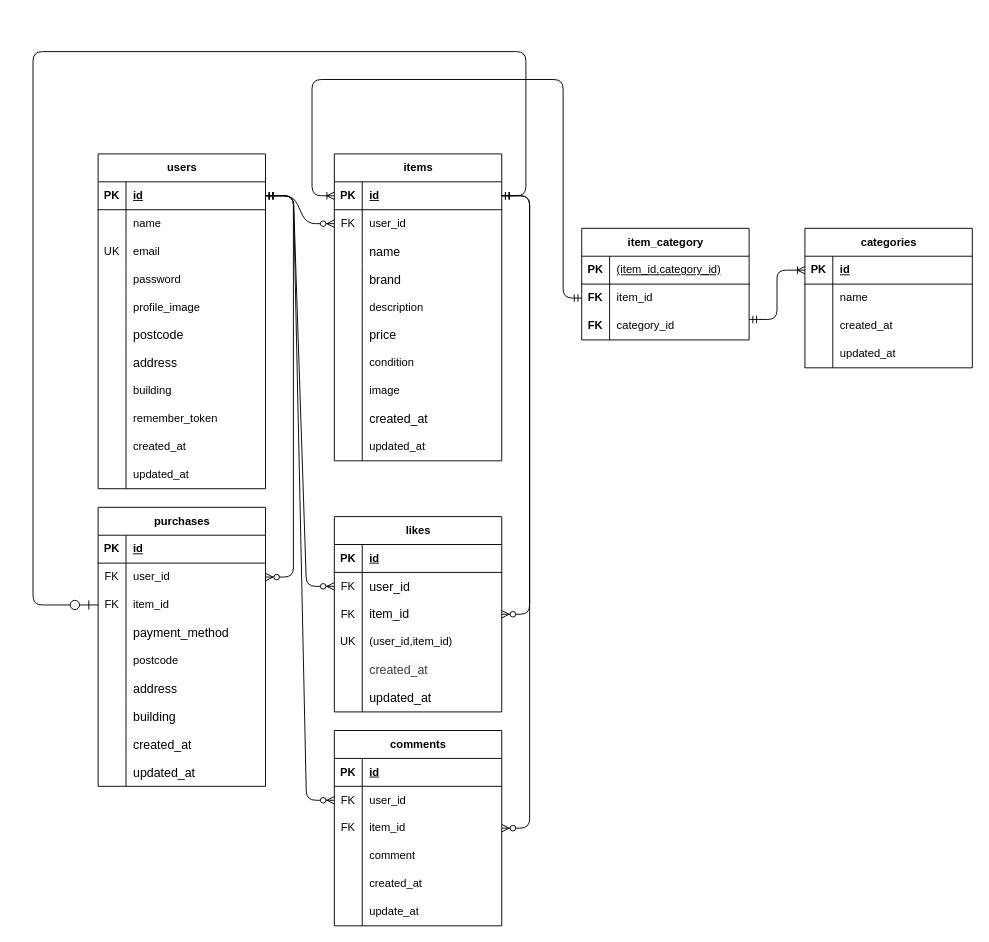
Before: er.drawio in hana-ka/coachtech-flee-market, a draw.io diagram. Source tidied: cells renumbered, new cells numbered last; positions are measured from the earlier drawing's top-left corner, leaving out a move shared by most shapes. Both pictures are drawn from the tidied source at 93%, with x=0, y=0 at pixel (33, 51).
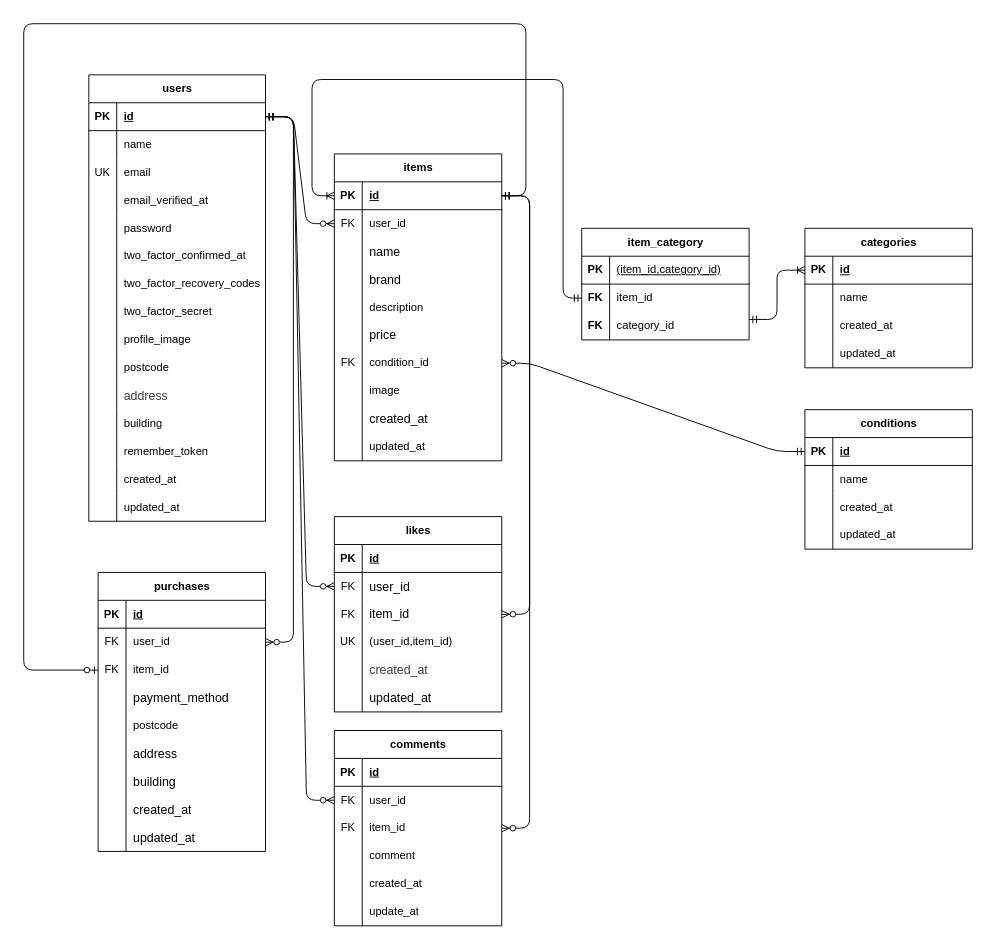
The same page after the edit.

Unchanged cells that the change refers to:
```xml
<mxCell id="37" style="shape=tableRow;horizontal=0;startSize=0;swimlaneHead=0;swimlaneBody=0;fillColor=none;points=[[0,0.5],[1,0.5]];portConstraint=eastwest;top=0;left=0;right=0;bottom=1;" parent="36" vertex="1">
  <mxGeometry y="30" width="180" height="30" as="geometry" />
</mxCell>
<mxCell id="55" style="shape=tableRow;horizontal=0;startSize=0;swimlaneHead=0;swimlaneBody=0;fillColor=none;points=[[0,0.5],[1,0.5]];portConstraint=eastwest;top=0;left=0;right=0;bottom=0;" parent="36" vertex="1">
  <mxGeometry y="210" width="180" height="30" as="geometry" />
</mxCell>
<mxCell id="74" style="shape=tableRow;horizontal=0;startSize=0;swimlaneHead=0;swimlaneBody=0;fillColor=none;points=[[0,0.5],[1,0.5]];portConstraint=eastwest;top=0;left=0;right=0;bottom=0;" parent="67" vertex="1">
  <mxGeometry y="90" width="180" height="30" as="geometry" />
</mxCell>
```

What changed in the source:
```diff
@@
     <mxCell id="2" value="users" style="shape=table;startSize=30;childLayout=tableLayout;rowLines=0;fontStyle=1;align=center;html=1;" parent="1" vertex="1">
-      <mxGeometry x="70" y="110" width="180" height="360" as="geometry" />
+      <mxGeometry x="60" y="25" width="190" height="480" as="geometry" />
     </mxCell>
     <mxCell id="3" style="shape=tableRow;horizontal=0;startSize=0;swimlaneHead=0;swimlaneBody=0;fillColor=none;points=[[0,0.5],[1,0.5]];portConstraint=eastwest;top=0;left=0;right=0;bottom=1;" parent="2" vertex="1">
-      <mxGeometry y="30" width="180" height="30" as="geometry" />
+      <mxGeometry y="30" width="190" height="30" as="geometry" />
     </mxCell>
@@
     <mxCell id="5" value="id" style="shape=partialRectangle;fillColor=none;top=0;left=0;bottom=0;right=0;align=left;spacingLeft=6;fontStyle=5;overflow=hidden;whiteSpace=wrap;html=1;" parent="3" vertex="1">
-      <mxGeometry x="30" width="150" height="30" as="geometry" />
+      <mxGeometry x="30" width="160" height="30" as="geometry" />
     </mxCell>
     <mxCell id="6" style="shape=tableRow;horizontal=0;startSize=0;swimlaneHead=0;swimlaneBody=0;fillColor=none;top=0;left=0;right=0;bottom=0;" parent="2" vertex="1">
-      <mxGeometry y="60" width="180" height="30" as="geometry" />
+      <mxGeometry y="60" width="190" height="30" as="geometry" />
     </mxCell>
@@
     <mxCell id="8" value="name" style="shape=partialRectangle;fillColor=none;top=0;left=0;bottom=0;right=0;align=left;spacingLeft=6;overflow=hidden;whiteSpace=wrap;html=1;" parent="6" vertex="1">
-      <mxGeometry x="30" width="150" height="30" as="geometry" />
+      <mxGeometry x="30" width="160" height="30" as="geometry" />
     </mxCell>
     <mxCell id="9" style="shape=tableRow;horizontal=0;startSize=0;swimlaneHead=0;swimlaneBody=0;fillColor=none;top=0;left=0;right=0;bottom=0;" parent="2" vertex="1">
-      <mxGeometry y="90" width="180" height="30" as="geometry" />
+      <mxGeometry y="90" width="190" height="30" as="geometry" />
     </mxCell>
@@
     <mxCell id="11" value="email" style="shape=partialRectangle;fillColor=none;top=0;left=0;bottom=0;right=0;align=left;spacingLeft=6;overflow=hidden;whiteSpace=wrap;html=1;" parent="9" vertex="1">
-      <mxGeometry x="30" width="150" height="30" as="geometry" />
+      <mxGeometry x="30" width="160" height="30" as="geometry" />
     </mxCell>
-    <mxCell id="12" style="shape=tableRow;horizontal=0;startSize=0;swimlaneHead=0;swimlaneBody=0;fillColor=none;top=0;left=0;right=0;bottom=0;" parent="2" vertex="1">
-      <mxGeometry y="120" width="180" height="30" as="geometry" />
-    </mxCell>
-    <mxCell id="13" style="shape=partialRectangle;fillColor=none;top=0;left=0;bottom=0;right=0;overflow=hidden;whiteSpace=wrap;html=1;" parent="12" vertex="1">
-      <mxGeometry width="30" height="30" as="geometry" />
-    </mxCell>
-    <mxCell id="14" value="password" style="shape=partialRectangle;fillColor=none;top=0;left=0;bottom=0;right=0;align=left;spacingLeft=6;overflow=hidden;whiteSpace=wrap;html=1;" parent="12" vertex="1">
-      <mxGeometry x="30" width="150" height="30" as="geometry" />
-    </mxCell>
     <mxCell id="15" style="shape=tableRow;horizontal=0;startSize=0;swimlaneHead=0;swimlaneBody=0;fillColor=none;top=0;left=0;right=0;bottom=0;" parent="2" vertex="1">
-      <mxGeometry y="150" width="180" height="30" as="geometry" />
+      <mxGeometry y="120" width="190" height="30" as="geometry" />
     </mxCell>
@@
-    <mxCell id="17" value="profile_image" style="shape=partialRectangle;fillColor=none;top=0;left=0;bottom=0;right=0;align=left;spacingLeft=6;overflow=hidden;whiteSpace=wrap;html=1;" parent="15" vertex="1">
-      <mxGeometry x="30" width="150" height="30" as="geometry" />
+    <mxCell id="17" value="email_verified_at" style="shape=partialRectangle;fillColor=none;top=0;left=0;bottom=0;right=0;align=left;spacingLeft=6;overflow=hidden;whiteSpace=wrap;html=1;" parent="15" vertex="1">
+      <mxGeometry x="30" width="160" height="30" as="geometry" />
     </mxCell>
     <mxCell id="18" style="shape=tableRow;horizontal=0;startSize=0;swimlaneHead=0;swimlaneBody=0;fillColor=none;top=0;left=0;right=0;bottom=0;" parent="2" vertex="1">
-      <mxGeometry y="180" width="180" height="30" as="geometry" />
+      <mxGeometry y="150" width="190" height="30" as="geometry" />
     </mxCell>
@@
-    <mxCell id="20" value="&lt;span style=&quot;font-size:10pt;font-family:Arial;font-style:normal;&quot;&gt;postcode&lt;/span&gt;" style="shape=partialRectangle;fillColor=none;top=0;left=0;bottom=0;right=0;align=left;spacingLeft=6;overflow=hidden;whiteSpace=wrap;html=1;" parent="18" vertex="1">
-      <mxGeometry x="30" width="150" height="30" as="geometry" />
+    <mxCell id="20" value="password" style="shape=partialRectangle;fillColor=none;top=0;left=0;bottom=0;right=0;align=left;spacingLeft=6;overflow=hidden;whiteSpace=wrap;html=1;" parent="18" vertex="1">
+      <mxGeometry x="30" width="160" height="30" as="geometry" />
     </mxCell>
-    <mxCell id="21" style="shape=tableRow;horizontal=0;startSize=0;swimlaneHead=0;swimlaneBody=0;fillColor=none;top=0;left=0;right=0;bottom=0;" parent="2" vertex="1">
-      <mxGeometry y="210" width="180" height="30" as="geometry" />
-    </mxCell>
-    <mxCell id="22" style="shape=partialRectangle;fillColor=none;top=0;left=0;bottom=0;right=0;overflow=hidden;whiteSpace=wrap;html=1;" parent="21" vertex="1">
-      <mxGeometry width="30" height="30" as="geometry" />
-    </mxCell>
-    <mxCell id="23" value="&lt;span style=&quot;font-size:10pt;font-family:Arial;font-style:normal;&quot;&gt;address&lt;/span&gt;" style="shape=partialRectangle;fillColor=none;top=0;left=0;bottom=0;right=0;align=left;spacingLeft=6;overflow=hidden;whiteSpace=wrap;html=1;" parent="21" vertex="1">
-      <mxGeometry x="30" width="150" height="30" as="geometry" />
-    </mxCell>
     <mxCell id="24" style="shape=tableRow;horizontal=0;startSize=0;swimlaneHead=0;swimlaneBody=0;fillColor=none;top=0;left=0;right=0;bottom=0;" parent="2" vertex="1">
-      <mxGeometry y="240" width="180" height="30" as="geometry" />
+      <mxGeometry y="180" width="190" height="30" as="geometry" />
     </mxCell>
@@
-    <mxCell id="26" value="building" style="shape=partialRectangle;fillColor=none;top=0;left=0;bottom=0;right=0;align=left;spacingLeft=6;overflow=hidden;whiteSpace=wrap;html=1;" parent="24" vertex="1">
-      <mxGeometry x="30" width="150" height="30" as="geometry" />
+    <mxCell id="26" value="&lt;span style=&quot;color: rgb(0, 0, 0);&quot;&gt;two_factor_confirmed_at&lt;/span&gt;" style="shape=partialRectangle;fillColor=none;top=0;left=0;bottom=0;right=0;align=left;spacingLeft=6;overflow=hidden;whiteSpace=wrap;html=1;" parent="24" vertex="1">
+      <mxGeometry x="30" width="160" height="30" as="geometry" />
     </mxCell>
     <mxCell id="27" style="shape=tableRow;horizontal=0;startSize=0;swimlaneHead=0;swimlaneBody=0;fillColor=none;top=0;left=0;right=0;bottom=0;" parent="2" vertex="1">
-      <mxGeometry y="270" width="180" height="30" as="geometry" />
+      <mxGeometry y="210" width="190" height="30" as="geometry" />
     </mxCell>
@@
-    <mxCell id="29" value="remember_token" style="shape=partialRectangle;fillColor=none;top=0;left=0;bottom=0;right=0;align=left;spacingLeft=6;overflow=hidden;whiteSpace=wrap;html=1;" parent="27" vertex="1">
-      <mxGeometry x="30" width="150" height="30" as="geometry" />
+    <mxCell id="29" value="&lt;span style=&quot;color: rgb(0, 0, 0);&quot;&gt;two_factor_recovery_codes&lt;/span&gt;" style="shape=partialRectangle;fillColor=none;top=0;left=0;bottom=0;right=0;align=left;spacingLeft=6;overflow=hidden;whiteSpace=wrap;html=1;" parent="27" vertex="1">
+      <mxGeometry x="30" width="160" height="30" as="geometry" />
     </mxCell>
+    <mxCell id="167" style="shape=tableRow;horizontal=0;startSize=0;swimlaneHead=0;swimlaneBody=0;fillColor=none;top=0;left=0;right=0;bottom=0;" parent="2" vertex="1">
+      <mxGeometry y="240" width="190" height="30" as="geometry" />
+    </mxCell>
+    <mxCell id="168" style="shape=partialRectangle;fillColor=none;top=0;left=0;bottom=0;right=0;overflow=hidden;whiteSpace=wrap;html=1;" parent="167" vertex="1">
+      <mxGeometry width="30" height="30" as="geometry" />
+    </mxCell>
+    <mxCell id="169" value="&lt;span style=&quot;color: rgb(0, 0, 0);&quot;&gt;two_factor_secret&lt;/span&gt;" style="shape=partialRectangle;fillColor=none;top=0;left=0;bottom=0;right=0;align=left;spacingLeft=6;overflow=hidden;whiteSpace=wrap;html=1;" parent="167" vertex="1">
+      <mxGeometry x="30" width="160" height="30" as="geometry" />
+    </mxCell>
     <mxCell id="30" style="shape=tableRow;horizontal=0;startSize=0;swimlaneHead=0;swimlaneBody=0;fillColor=none;top=0;left=0;right=0;bottom=0;" parent="2" vertex="1">
-      <mxGeometry y="300" width="180" height="30" as="geometry" />
+      <mxGeometry y="270" width="190" height="30" as="geometry" />
     </mxCell>
@@
-    <mxCell id="32" value="created_at" style="shape=partialRectangle;fillColor=none;top=0;left=0;bottom=0;right=0;align=left;spacingLeft=6;overflow=hidden;whiteSpace=wrap;html=1;" parent="30" vertex="1">
-      <mxGeometry x="30" width="150" height="30" as="geometry" />
+    <mxCell id="32" value="&lt;span style=&quot;color: rgb(0, 0, 0);&quot;&gt;profile_image&lt;/span&gt;" style="shape=partialRectangle;fillColor=none;top=0;left=0;bottom=0;right=0;align=left;spacingLeft=6;overflow=hidden;whiteSpace=wrap;html=1;" parent="30" vertex="1">
+      <mxGeometry x="30" width="160" height="30" as="geometry" />
     </mxCell>
     <mxCell id="33" style="shape=tableRow;horizontal=0;startSize=0;swimlaneHead=0;swimlaneBody=0;fillColor=none;top=0;left=0;right=0;bottom=0;" parent="2" vertex="1">
-      <mxGeometry y="330" width="180" height="30" as="geometry" />
+      <mxGeometry y="300" width="190" height="30" as="geometry" />
     </mxCell>
@@
-    <mxCell id="35" value="updated_at" style="shape=partialRectangle;fillColor=none;top=0;left=0;bottom=0;right=0;align=left;spacingLeft=6;overflow=hidden;whiteSpace=wrap;html=1;" parent="33" vertex="1">
-      <mxGeometry x="30" width="150" height="30" as="geometry" />
+    <mxCell id="35" value="&lt;span style=&quot;color: rgb(0, 0, 0);&quot;&gt;postcode&lt;/span&gt;" style="shape=partialRectangle;fillColor=none;top=0;left=0;bottom=0;right=0;align=left;spacingLeft=6;overflow=hidden;whiteSpace=wrap;html=1;" parent="33" vertex="1">
+      <mxGeometry x="30" width="160" height="30" as="geometry" />
     </mxCell>
+    <mxCell id="170" style="shape=tableRow;horizontal=0;startSize=0;swimlaneHead=0;swimlaneBody=0;fillColor=none;top=0;left=0;right=0;bottom=0;" parent="2" vertex="1">
+      <mxGeometry y="330" width="190" height="30" as="geometry" />
+    </mxCell>
+    <mxCell id="171" style="shape=partialRectangle;fillColor=none;top=0;left=0;bottom=0;right=0;overflow=hidden;whiteSpace=wrap;html=1;" parent="170" vertex="1">
+      <mxGeometry width="30" height="30" as="geometry" />
+    </mxCell>
+    <mxCell id="23" value="&lt;span style=&quot;color: rgb(63, 63, 63); font-family: Arial; font-size: 13.3333px;&quot;&gt;address&lt;/span&gt;" style="shape=partialRectangle;fillColor=none;top=0;left=0;bottom=0;right=0;align=left;spacingLeft=6;overflow=hidden;whiteSpace=wrap;html=1;" parent="170" vertex="1">
+      <mxGeometry x="30" width="160" height="30" as="geometry" />
+    </mxCell>
+    <mxCell id="172" style="shape=tableRow;horizontal=0;startSize=0;swimlaneHead=0;swimlaneBody=0;fillColor=none;top=0;left=0;right=0;bottom=0;" parent="2" vertex="1">
+      <mxGeometry y="360" width="190" height="30" as="geometry" />
+    </mxCell>
+    <mxCell id="173" style="shape=partialRectangle;fillColor=none;top=0;left=0;bottom=0;right=0;overflow=hidden;whiteSpace=wrap;html=1;" parent="172" vertex="1">
+      <mxGeometry width="30" height="30" as="geometry" />
+    </mxCell>
+    <mxCell id="174" value="&lt;span style=&quot;color: rgb(0, 0, 0);&quot;&gt;building&lt;/span&gt;" style="shape=partialRectangle;fillColor=none;top=0;left=0;bottom=0;right=0;align=left;spacingLeft=6;overflow=hidden;whiteSpace=wrap;html=1;" parent="172" vertex="1">
+      <mxGeometry x="30" width="160" height="30" as="geometry" />
+    </mxCell>
+    <mxCell id="175" style="shape=tableRow;horizontal=0;startSize=0;swimlaneHead=0;swimlaneBody=0;fillColor=none;top=0;left=0;right=0;bottom=0;" parent="2" vertex="1">
+      <mxGeometry y="390" width="190" height="30" as="geometry" />
+    </mxCell>
+    <mxCell id="176" style="shape=partialRectangle;fillColor=none;top=0;left=0;bottom=0;right=0;overflow=hidden;whiteSpace=wrap;html=1;" parent="175" vertex="1">
+      <mxGeometry width="30" height="30" as="geometry" />
+    </mxCell>
+    <mxCell id="177" value="&lt;span style=&quot;color: rgb(0, 0, 0);&quot;&gt;remember_token&lt;/span&gt;" style="shape=partialRectangle;fillColor=none;top=0;left=0;bottom=0;right=0;align=left;spacingLeft=6;overflow=hidden;whiteSpace=wrap;html=1;" parent="175" vertex="1">
+      <mxGeometry x="30" width="160" height="30" as="geometry" />
+    </mxCell>
+    <mxCell id="178" style="shape=tableRow;horizontal=0;startSize=0;swimlaneHead=0;swimlaneBody=0;fillColor=none;top=0;left=0;right=0;bottom=0;" parent="2" vertex="1">
+      <mxGeometry y="420" width="190" height="30" as="geometry" />
+    </mxCell>
+    <mxCell id="179" style="shape=partialRectangle;fillColor=none;top=0;left=0;bottom=0;right=0;overflow=hidden;whiteSpace=wrap;html=1;" parent="178" vertex="1">
+      <mxGeometry width="30" height="30" as="geometry" />
+    </mxCell>
+    <mxCell id="180" value="&lt;span style=&quot;color: rgb(0, 0, 0);&quot;&gt;created_at&lt;/span&gt;" style="shape=partialRectangle;fillColor=none;top=0;left=0;bottom=0;right=0;align=left;spacingLeft=6;overflow=hidden;whiteSpace=wrap;html=1;" parent="178" vertex="1">
+      <mxGeometry x="30" width="160" height="30" as="geometry" />
+    </mxCell>
+    <mxCell id="181" style="shape=tableRow;horizontal=0;startSize=0;swimlaneHead=0;swimlaneBody=0;fillColor=none;top=0;left=0;right=0;bottom=0;" parent="2" vertex="1">
+      <mxGeometry y="450" width="190" height="30" as="geometry" />
+    </mxCell>
+    <mxCell id="182" style="shape=partialRectangle;fillColor=none;top=0;left=0;bottom=0;right=0;overflow=hidden;whiteSpace=wrap;html=1;" parent="181" vertex="1">
+      <mxGeometry width="30" height="30" as="geometry" />
+    </mxCell>
+    <mxCell id="183" value="&lt;span style=&quot;color: rgb(0, 0, 0);&quot;&gt;updated_at&lt;/span&gt;" style="shape=partialRectangle;fillColor=none;top=0;left=0;bottom=0;right=0;align=left;spacingLeft=6;overflow=hidden;whiteSpace=wrap;html=1;" parent="181" vertex="1">
+      <mxGeometry x="30" width="160" height="30" as="geometry" />
+    </mxCell>
@@
-    <mxCell id="56" style="shape=partialRectangle;fillColor=none;top=0;left=0;bottom=0;right=0;overflow=hidden;whiteSpace=wrap;html=1;" parent="55" vertex="1">
+    <mxCell id="56" value="FK" style="shape=partialRectangle;fillColor=none;top=0;left=0;bottom=0;right=0;overflow=hidden;whiteSpace=wrap;html=1;" parent="55" vertex="1">
       <mxGeometry width="30" height="30" as="geometry" />
     </mxCell>
-    <mxCell id="57" value="condition" style="shape=partialRectangle;fillColor=none;top=0;left=0;bottom=0;right=0;align=left;spacingLeft=6;overflow=hidden;whiteSpace=wrap;html=1;" parent="55" vertex="1">
+    <mxCell id="57" value="condition_id" style="shape=partialRectangle;fillColor=none;top=0;left=0;bottom=0;right=0;align=left;spacingLeft=6;overflow=hidden;whiteSpace=wrap;html=1;" parent="55" vertex="1">
       <mxGeometry x="30" width="150" height="30" as="geometry" />
     </mxCell>
@@
     <mxCell id="67" value="purchases" style="shape=table;startSize=30;childLayout=tableLayout;rowLines=0;fontStyle=1;align=center;html=1;" parent="1" vertex="1">
-      <mxGeometry x="70" y="490" width="180" height="300" as="geometry" />
+      <mxGeometry x="70" y="560" width="180" height="300" as="geometry" />
     </mxCell>
@@
-    <mxCell id="164" style="edgeStyle=orthogonalEdgeStyle;fontSize=12;html=1;endArrow=ERmandOne;entryX=1;entryY=0.5;entryDx=0;entryDy=0;exitX=0;exitY=0.5;exitDx=0;exitDy=0;" parent="1" edge="1" source="74" target="37">
-      <mxGeometry relative="1" as="geometry">
-        <Array as="points">
-          <mxPoint y="595" />
-          <mxPoint />
-          <mxPoint x="530" />
-          <mxPoint x="530" y="155" />
-        </Array>
-      </mxGeometry>
-    </mxCell>
-    <mxCell id="165" style="endArrow=none;html=1;" parent="1" edge="1">
-      <mxGeometry relative="1" as="geometry">
-        <mxPoint x="60" y="600" as="sourcePoint" />
-        <mxPoint x="60" y="590" as="targetPoint" />
-      </mxGeometry>
-    </mxCell>
-    <mxCell id="166" style="ellipse;whiteSpace=wrap;html=1;" parent="1" vertex="1">
-      <mxGeometry x="40" y="590" width="10" height="10" as="geometry" />
-    </mxCell>
+    <mxCell id="184" value="conditions" style="shape=table;startSize=30;childLayout=tableLayout;rowLines=0;fontStyle=1;align=center;html=1;" parent="1" vertex="1">
+      <mxGeometry x="830" y="385" width="180" height="150" as="geometry" />
+    </mxCell>
+    <mxCell id="185" style="shape=tableRow;horizontal=0;startSize=0;swimlaneHead=0;swimlaneBody=0;fillColor=none;points=[[0,0.5],[1,0.5]];portConstraint=eastwest;top=0;left=0;right=0;bottom=1;" parent="184" vertex="1">
+      <mxGeometry y="30" width="180" height="30" as="geometry" />
+    </mxCell>
+    <mxCell id="186" value="PK" style="shape=partialRectangle;fillColor=none;top=0;left=0;bottom=0;right=0;fontStyle=1;overflow=hidden;whiteSpace=wrap;html=1;" parent="185" vertex="1">
+      <mxGeometry width="30" height="30" as="geometry" />
+    </mxCell>
+    <mxCell id="187" value="id" style="shape=partialRectangle;fillColor=none;top=0;left=0;bottom=0;right=0;align=left;spacingLeft=6;fontStyle=5;overflow=hidden;whiteSpace=wrap;html=1;" parent="185" vertex="1">
+      <mxGeometry x="30" width="150" height="30" as="geometry" />
+    </mxCell>
+    <mxCell id="188" style="shape=tableRow;horizontal=0;startSize=0;swimlaneHead=0;swimlaneBody=0;fillColor=none;top=0;left=0;right=0;bottom=0;" parent="184" vertex="1">
+      <mxGeometry y="60" width="180" height="30" as="geometry" />
+    </mxCell>
+    <mxCell id="189" style="shape=partialRectangle;fillColor=none;top=0;left=0;bottom=0;right=0;overflow=hidden;whiteSpace=wrap;html=1;" parent="188" vertex="1">
+      <mxGeometry width="30" height="30" as="geometry" />
+    </mxCell>
+    <mxCell id="190" value="name" style="shape=partialRectangle;fillColor=none;top=0;left=0;bottom=0;right=0;align=left;spacingLeft=6;overflow=hidden;whiteSpace=wrap;html=1;" parent="188" vertex="1">
+      <mxGeometry x="30" width="150" height="30" as="geometry" />
+    </mxCell>
+    <mxCell id="191" style="shape=tableRow;horizontal=0;startSize=0;swimlaneHead=0;swimlaneBody=0;fillColor=none;top=0;left=0;right=0;bottom=0;" parent="184" vertex="1">
+      <mxGeometry y="90" width="180" height="30" as="geometry" />
+    </mxCell>
+    <mxCell id="192" style="shape=partialRectangle;fillColor=none;top=0;left=0;bottom=0;right=0;overflow=hidden;whiteSpace=wrap;html=1;" parent="191" vertex="1">
+      <mxGeometry width="30" height="30" as="geometry" />
+    </mxCell>
+    <mxCell id="193" value="created_at" style="shape=partialRectangle;fillColor=none;top=0;left=0;bottom=0;right=0;align=left;spacingLeft=6;overflow=hidden;whiteSpace=wrap;html=1;" parent="191" vertex="1">
+      <mxGeometry x="30" width="150" height="30" as="geometry" />
+    </mxCell>
+    <mxCell id="12" style="shape=tableRow;horizontal=0;startSize=0;swimlaneHead=0;swimlaneBody=0;fillColor=none;top=0;left=0;right=0;bottom=0;" parent="184" vertex="1">
+      <mxGeometry y="120" width="180" height="30" as="geometry" />
+    </mxCell>
+    <mxCell id="194" style="shape=partialRectangle;fillColor=none;top=0;left=0;bottom=0;right=0;overflow=hidden;whiteSpace=wrap;html=1;" parent="12" vertex="1">
+      <mxGeometry width="30" height="30" as="geometry" />
+    </mxCell>
+    <mxCell id="195" value="updated_at" style="shape=partialRectangle;fillColor=none;top=0;left=0;bottom=0;right=0;align=left;spacingLeft=6;overflow=hidden;whiteSpace=wrap;html=1;" parent="12" vertex="1">
+      <mxGeometry x="30" width="150" height="30" as="geometry" />
+    </mxCell>
+    <mxCell id="196" style="edgeStyle=orthogonalEdgeStyle;fontSize=12;html=1;endArrow=ERzeroToOne;startArrow=ERmandOne;entryX=0;entryY=0.5;entryDx=0;entryDy=0;exitX=1;exitY=0.5;exitDx=0;exitDy=0;" parent="1" edge="1" source="37" target="74">
+      <mxGeometry relative="1" as="geometry">
+        <Array as="points">
+          <mxPoint x="530" y="155" />
+          <mxPoint x="530" y="-30" />
+          <mxPoint x="-10" y="-30" />
+          <mxPoint x="-10" y="665" />
+        </Array>
+      </mxGeometry>
+    </mxCell>
+    <mxCell id="197" style="edgeStyle=entityRelationEdgeStyle;fontSize=12;html=1;endArrow=ERzeroToMany;startArrow=ERmandOne;exitX=0;exitY=0.5;exitDx=0;exitDy=0;entryX=1;entryY=0.5;entryDx=0;entryDy=0;" parent="1" edge="1" source="185" target="55">
+      <mxGeometry relative="1" as="geometry" />
+    </mxCell>
```
